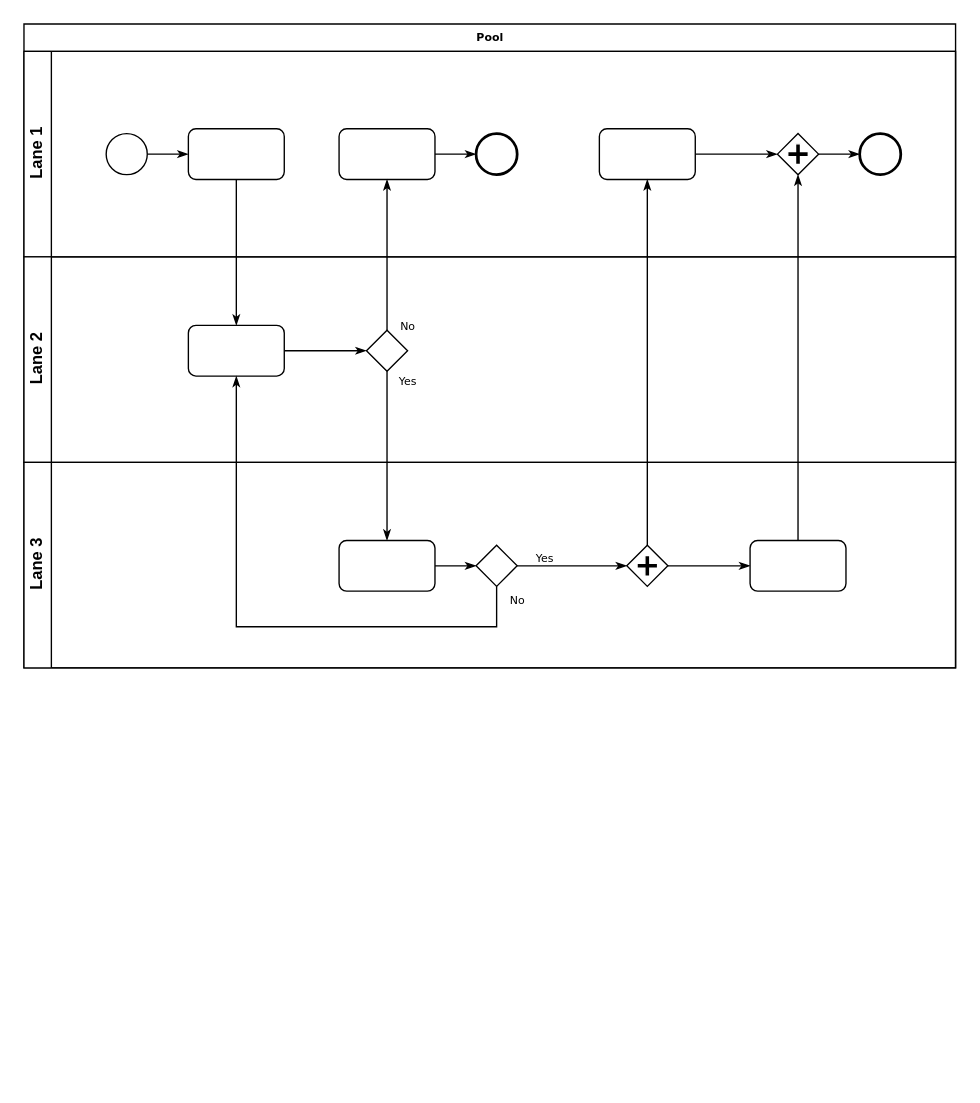
This is flow-chart-borrow.drawio from thang21022000/UseCaseFinalProject, a draw.io file, before an edit. Source tidied: cells renumbered, new cells numbered last; positions are measured from the earlier drawing's top-left corner, leaving out a move shared by most shapes. Both pictures are drawn from the tidied source at 137%, with x=0, y=0 at pixel (23, 23).
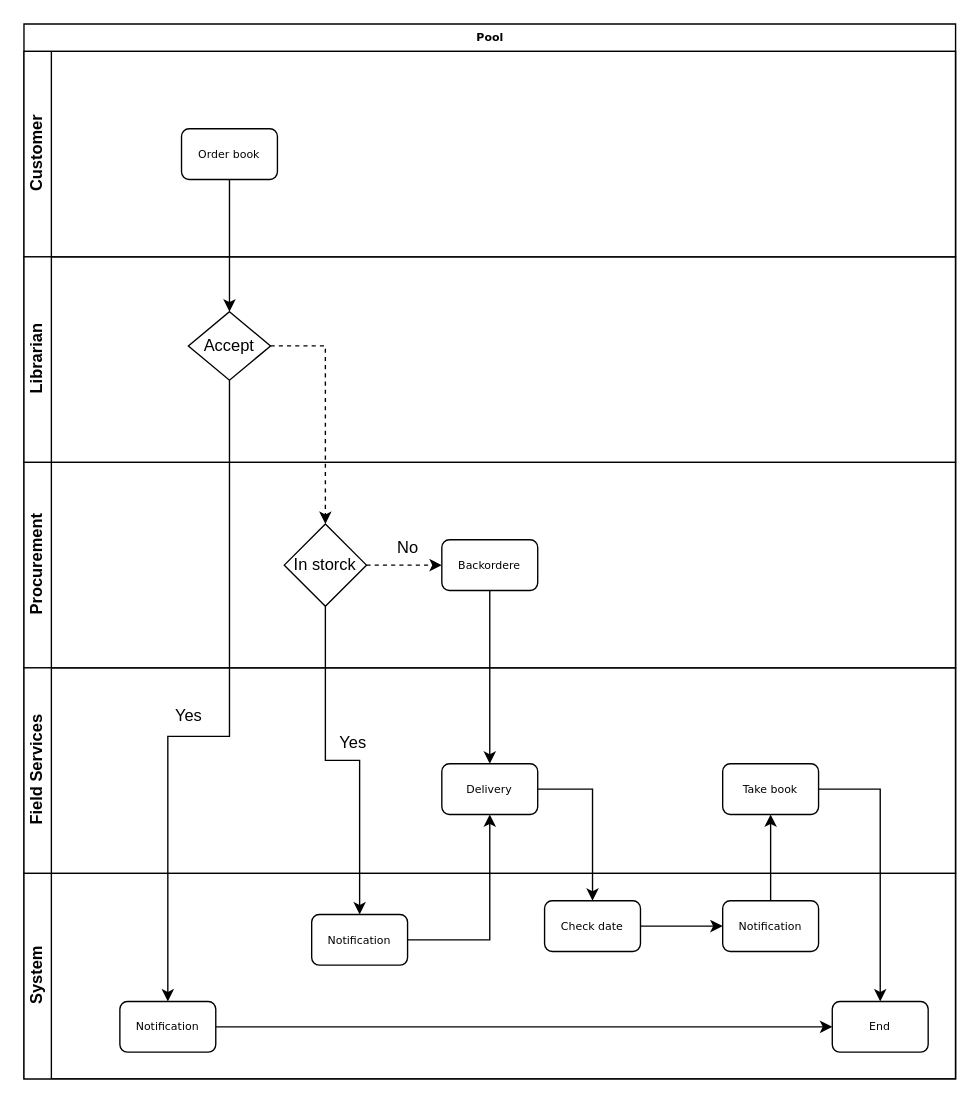
Above is the later version.

What changed in the source:
```diff
@@
     <mxCell id="2" value="Pool" style="swimlane;html=1;horizontal=1;startSize=20;rounded=0;shadow=0;labelBackgroundColor=none;strokeWidth=1;fontFamily=Verdana;fontSize=8;align=center;" parent="1" vertex="1">
-      <mxGeometry width="680" height="470" as="geometry" />
+      <mxGeometry width="680" height="770" as="geometry" />
     </mxCell>
-    <mxCell id="3" value="Lane 1" style="swimlane;html=1;startSize=20;horizontal=0;" parent="2" vertex="1">
-      <mxGeometry y="20" width="680" height="150" as="geometry" />
-    </mxCell>
-    <mxCell id="4" style="edgeStyle=orthogonalEdgeStyle;rounded=0;html=1;labelBackgroundColor=none;startArrow=none;startFill=0;startSize=5;endArrow=classicThin;endFill=1;endSize=5;jettySize=auto;strokeWidth=1;fontFamily=Verdana;fontSize=8;" parent="3" edge="1" source="5" target="6">
-      <mxGeometry relative="1" as="geometry" />
-    </mxCell>
-    <mxCell id="5" style="ellipse;whiteSpace=wrap;html=1;rounded=0;shadow=0;labelBackgroundColor=none;strokeWidth=1;fontFamily=Verdana;fontSize=8;align=center;" parent="3" vertex="1">
-      <mxGeometry x="60" y="60" width="30" height="30" as="geometry" />
-    </mxCell>
-    <mxCell id="6" style="rounded=1;whiteSpace=wrap;html=1;shadow=0;labelBackgroundColor=none;strokeWidth=1;fontFamily=Verdana;fontSize=8;align=center;" parent="3" vertex="1">
-      <mxGeometry x="120" y="56.5" width="70" height="37" as="geometry" />
-    </mxCell>
-    <mxCell id="7" style="edgeStyle=orthogonalEdgeStyle;rounded=0;html=1;labelBackgroundColor=none;startArrow=none;startFill=0;startSize=5;endArrow=classicThin;endFill=1;endSize=5;jettySize=auto;strokeWidth=1;fontFamily=Verdana;fontSize=8;" parent="3" edge="1" source="8" target="9">
-      <mxGeometry relative="1" as="geometry" />
-    </mxCell>
-    <mxCell id="8" style="rounded=1;whiteSpace=wrap;html=1;shadow=0;labelBackgroundColor=none;strokeWidth=1;fontFamily=Verdana;fontSize=8;align=center;" parent="3" vertex="1">
-      <mxGeometry x="230" y="56.5" width="70" height="37" as="geometry" />
-    </mxCell>
-    <mxCell id="9" style="ellipse;whiteSpace=wrap;html=1;rounded=0;shadow=0;labelBackgroundColor=none;strokeWidth=2;fontFamily=Verdana;fontSize=8;align=center;" parent="3" vertex="1">
-      <mxGeometry x="330" y="60" width="30" height="30" as="geometry" />
-    </mxCell>
-    <mxCell id="10" style="edgeStyle=orthogonalEdgeStyle;rounded=0;html=1;entryX=0;entryY=0.5;labelBackgroundColor=none;startArrow=none;startFill=0;startSize=5;endArrow=classicThin;endFill=1;endSize=5;jettySize=auto;strokeWidth=1;fontFamily=Verdana;fontSize=8;" parent="3" edge="1" source="11" target="13">
-      <mxGeometry relative="1" as="geometry" />
-    </mxCell>
-    <mxCell id="11" style="rounded=1;whiteSpace=wrap;html=1;shadow=0;labelBackgroundColor=none;strokeWidth=1;fontFamily=Verdana;fontSize=8;align=center;" parent="3" vertex="1">
-      <mxGeometry x="420" y="56.5" width="70" height="37" as="geometry" />
-    </mxCell>
-    <mxCell id="12" style="edgeStyle=orthogonalEdgeStyle;rounded=0;html=1;labelBackgroundColor=none;startArrow=none;startFill=0;startSize=5;endArrow=classicThin;endFill=1;endSize=5;jettySize=auto;strokeWidth=1;fontFamily=Verdana;fontSize=8;" parent="3" edge="1" source="13" target="14">
-      <mxGeometry relative="1" as="geometry" />
-    </mxCell>
-    <mxCell id="13" style="shape=mxgraph.bpmn.shape;html=1;verticalLabelPosition=bottom;labelBackgroundColor=#ffffff;verticalAlign=top;perimeter=rhombusPerimeter;background=gateway;outline=none;symbol=parallelGw;rounded=1;shadow=0;strokeWidth=1;fontFamily=Verdana;fontSize=8;align=center;" parent="3" vertex="1">
-      <mxGeometry x="550" y="60" width="30" height="30" as="geometry" />
-    </mxCell>
-    <mxCell id="14" style="ellipse;whiteSpace=wrap;html=1;rounded=0;shadow=0;labelBackgroundColor=none;strokeWidth=2;fontFamily=Verdana;fontSize=8;align=center;" parent="3" vertex="1">
-      <mxGeometry x="610" y="60" width="30" height="30" as="geometry" />
-    </mxCell>
-    <mxCell id="15" value="Lane 2" style="swimlane;html=1;startSize=20;horizontal=0;" parent="2" vertex="1">
-      <mxGeometry y="170" width="680" height="150" as="geometry" />
-    </mxCell>
-    <mxCell id="16" style="edgeStyle=orthogonalEdgeStyle;rounded=0;html=1;labelBackgroundColor=none;startArrow=none;startFill=0;startSize=5;endArrow=classicThin;endFill=1;endSize=5;jettySize=auto;strokeWidth=1;fontFamily=Verdana;fontSize=8;" parent="15" edge="1" source="17" target="18">
-      <mxGeometry relative="1" as="geometry" />
-    </mxCell>
-    <mxCell id="17" style="rounded=1;whiteSpace=wrap;html=1;shadow=0;labelBackgroundColor=none;strokeWidth=1;fontFamily=Verdana;fontSize=8;align=center;" parent="15" vertex="1">
-      <mxGeometry x="120" y="50" width="70" height="37" as="geometry" />
-    </mxCell>
-    <mxCell id="18" style="strokeWidth=1;html=1;shape=mxgraph.flowchart.decision;whiteSpace=wrap;rounded=1;shadow=0;labelBackgroundColor=none;fontFamily=Verdana;fontSize=8;align=center;" parent="15" vertex="1">
-      <mxGeometry x="250" y="53.5" width="30" height="30" as="geometry" />
-    </mxCell>
-    <mxCell id="19" value="Lane 3" style="swimlane;html=1;startSize=20;horizontal=0;" parent="2" vertex="1">
-      <mxGeometry y="320" width="680" height="150" as="geometry" />
-    </mxCell>
-    <mxCell id="20" style="edgeStyle=orthogonalEdgeStyle;rounded=0;html=1;labelBackgroundColor=none;startArrow=none;startFill=0;startSize=5;endArrow=classicThin;endFill=1;endSize=5;jettySize=auto;strokeWidth=1;fontFamily=Verdana;fontSize=8;" parent="19" edge="1" source="21" target="23">
-      <mxGeometry relative="1" as="geometry" />
-    </mxCell>
-    <mxCell id="21" style="rounded=1;whiteSpace=wrap;html=1;shadow=0;labelBackgroundColor=none;strokeWidth=1;fontFamily=Verdana;fontSize=8;align=center;" parent="19" vertex="1">
-      <mxGeometry x="230" y="57" width="70" height="37" as="geometry" />
-    </mxCell>
-    <mxCell id="22" value="Yes" style="edgeStyle=orthogonalEdgeStyle;rounded=0;html=1;entryX=0;entryY=0.5;labelBackgroundColor=none;startArrow=none;startFill=0;startSize=5;endArrow=classicThin;endFill=1;endSize=5;jettySize=auto;strokeWidth=1;fontFamily=Verdana;fontSize=8;" parent="19" edge="1" source="23" target="25">
-      <mxGeometry x="-0.5" y="6" relative="1" as="geometry" />
-    </mxCell>
-    <mxCell id="23" style="strokeWidth=1;html=1;shape=mxgraph.flowchart.decision;whiteSpace=wrap;rounded=1;shadow=0;labelBackgroundColor=none;fontFamily=Verdana;fontSize=8;align=center;" parent="19" vertex="1">
-      <mxGeometry x="330" y="60.5" width="30" height="30" as="geometry" />
-    </mxCell>
-    <mxCell id="24" style="edgeStyle=orthogonalEdgeStyle;rounded=0;html=1;labelBackgroundColor=none;startArrow=none;startFill=0;startSize=5;endArrow=classicThin;endFill=1;endSize=5;jettySize=auto;strokeColor=#000000;strokeWidth=1;fontFamily=Verdana;fontSize=8;fontColor=#000000;" parent="19" edge="1" source="25" target="26">
-      <mxGeometry relative="1" as="geometry" />
-    </mxCell>
-    <mxCell id="25" style="shape=mxgraph.bpmn.shape;html=1;verticalLabelPosition=bottom;labelBackgroundColor=#ffffff;verticalAlign=top;perimeter=rhombusPerimeter;background=gateway;outline=none;symbol=parallelGw;rounded=1;shadow=0;strokeWidth=1;fontFamily=Verdana;fontSize=8;align=center;" parent="19" vertex="1">
-      <mxGeometry x="440" y="60.5" width="30" height="30" as="geometry" />
-    </mxCell>
-    <mxCell id="26" style="rounded=1;whiteSpace=wrap;html=1;shadow=0;labelBackgroundColor=none;strokeWidth=1;fontFamily=Verdana;fontSize=8;align=center;" parent="19" vertex="1">
-      <mxGeometry x="530" y="57" width="70" height="37" as="geometry" />
-    </mxCell>
-    <mxCell id="27" style="edgeStyle=orthogonalEdgeStyle;rounded=0;html=1;labelBackgroundColor=none;startArrow=none;startFill=0;startSize=5;endArrow=classicThin;endFill=1;endSize=5;jettySize=auto;strokeWidth=1;fontFamily=Verdana;fontSize=8;" parent="2" edge="1" source="6" target="17">
-      <mxGeometry relative="1" as="geometry" />
-    </mxCell>
-    <mxCell id="28" value="No" style="edgeStyle=orthogonalEdgeStyle;rounded=0;html=1;labelBackgroundColor=none;startArrow=none;startFill=0;startSize=5;endArrow=classicThin;endFill=1;endSize=5;jettySize=auto;strokeWidth=1;fontFamily=Verdana;fontSize=8;" parent="2" edge="1" source="18" target="8">
-      <mxGeometry x="-0.94" y="-15" relative="1" as="geometry" />
-    </mxCell>
-    <mxCell id="29" value="Yes" style="edgeStyle=orthogonalEdgeStyle;rounded=0;html=1;labelBackgroundColor=none;startArrow=none;startFill=0;startSize=5;endArrow=classicThin;endFill=1;endSize=5;jettySize=auto;strokeWidth=1;fontFamily=Verdana;fontSize=8;" parent="2" edge="1" source="18" target="21">
-      <mxGeometry x="-0.89" y="15" relative="1" as="geometry" />
-    </mxCell>
-    <mxCell id="30" style="edgeStyle=orthogonalEdgeStyle;rounded=0;html=1;entryX=0.5;entryY=1;labelBackgroundColor=none;startArrow=none;startFill=0;startSize=5;endArrow=classicThin;endFill=1;endSize=5;jettySize=auto;strokeWidth=1;fontFamily=Verdana;fontSize=8;" parent="2" edge="1" source="26" target="13">
-      <mxGeometry relative="1" as="geometry" />
-    </mxCell>
-    <mxCell id="31" value="No" style="edgeStyle=orthogonalEdgeStyle;rounded=0;html=1;labelBackgroundColor=none;startArrow=none;startFill=0;startSize=5;endArrow=classicThin;endFill=1;endSize=5;jettySize=auto;strokeWidth=1;fontFamily=Verdana;fontSize=8;" parent="2" edge="1" source="23" target="17">
-      <mxGeometry x="-0.95" y="15" relative="1" as="geometry">
-        <Array as="points">
-          <mxPoint x="345" y="440" />
-          <mxPoint x="155" y="440" />
-        </Array>
-      </mxGeometry>
-    </mxCell>
-    <mxCell id="32" style="edgeStyle=orthogonalEdgeStyle;rounded=0;html=1;labelBackgroundColor=none;startArrow=none;startFill=0;startSize=5;endArrow=classicThin;endFill=1;endSize=5;jettySize=auto;strokeWidth=1;fontFamily=Verdana;fontSize=8;" parent="2" edge="1" source="25" target="11">
-      <mxGeometry relative="1" as="geometry" />
-    </mxCell>
+    <mxCell id="33" value="Customer" style="swimlane;html=1;startSize=20;horizontal=0;" parent="2" vertex="1">
+      <mxGeometry y="20" width="680" height="150" as="geometry" />
+    </mxCell>
+    <mxCell id="34" value="Order book" style="rounded=1;whiteSpace=wrap;html=1;shadow=0;labelBackgroundColor=none;strokeWidth=1;fontFamily=Verdana;fontSize=8;align=center;" parent="33" vertex="1">
+      <mxGeometry x="115" y="56.5" width="70" height="37" as="geometry" />
+    </mxCell>
+    <mxCell id="35" value="Librarian" style="swimlane;html=1;startSize=20;horizontal=0;" parent="2" vertex="1">
+      <mxGeometry y="170" width="680" height="150" as="geometry" />
+    </mxCell>
+    <mxCell id="36" value="Accept" style="strokeWidth=1;html=1;shape=mxgraph.flowchart.decision;whiteSpace=wrap;" parent="35" vertex="1">
+      <mxGeometry x="120" y="40" width="60" height="50" as="geometry" />
+    </mxCell>
+    <mxCell id="37" style="edgeStyle=orthogonalEdgeStyle;rounded=0;jettySize=auto;html=1;entryX=0.5;entryY=0;entryDx=0;entryDy=0;entryPerimeter=0;" parent="2" edge="1" source="34" target="36">
+      <mxGeometry relative="1" as="geometry" />
+    </mxCell>
+    <mxCell id="38" value="Procurement&lt;br&gt;" style="swimlane;html=1;startSize=20;horizontal=0;" parent="2" vertex="1">
+      <mxGeometry y="320" width="680" height="150" as="geometry" />
+    </mxCell>
+    <mxCell id="39" style="edgeStyle=orthogonalEdgeStyle;rounded=0;jettySize=auto;html=1;dashed=1;" parent="38" edge="1" source="40" target="42">
+      <mxGeometry relative="1" as="geometry" />
+    </mxCell>
+    <mxCell id="40" value="In storck" style="strokeWidth=1;html=1;shape=mxgraph.flowchart.decision;whiteSpace=wrap;" parent="38" vertex="1">
+      <mxGeometry x="190" y="45" width="60" height="60" as="geometry" />
+    </mxCell>
+    <mxCell id="41" style="edgeStyle=orthogonalEdgeStyle;rounded=0;orthogonalLoop=1;jettySize=auto;html=1;exitX=0.5;exitY=1;exitDx=0;exitDy=0;" parent="38" edge="1">
+      <mxGeometry relative="1" as="geometry">
+        <mxPoint x="455" y="93.5" as="sourcePoint" />
+        <mxPoint x="455" y="93.5" as="targetPoint" />
+      </mxGeometry>
+    </mxCell>
+    <mxCell id="42" value="Backordere" style="rounded=1;whiteSpace=wrap;html=1;shadow=0;labelBackgroundColor=none;strokeWidth=1;fontFamily=Verdana;fontSize=8;align=center;" parent="38" vertex="1">
+      <mxGeometry x="305" y="56.5" width="70" height="37" as="geometry" />
+    </mxCell>
+    <mxCell id="43" style="edgeStyle=orthogonalEdgeStyle;rounded=0;jettySize=auto;html=1;dashed=1;" parent="2" edge="1" source="36" target="40">
+      <mxGeometry relative="1" as="geometry" />
+    </mxCell>
+    <mxCell id="44" style="edgeStyle=orthogonalEdgeStyle;rounded=0;jettySize=auto;html=1;entryX=0.5;entryY=0;entryDx=0;entryDy=0;" parent="2" edge="1" source="40" target="56">
+      <mxGeometry relative="1" as="geometry" />
+    </mxCell>
+    <mxCell id="45" style="edgeStyle=orthogonalEdgeStyle;rounded=0;jettySize=auto;html=1;entryX=0.5;entryY=1;entryDx=0;entryDy=0;" parent="2" edge="1" source="56" target="48">
+      <mxGeometry relative="1" as="geometry" />
+    </mxCell>
+    <mxCell id="46" style="edgeStyle=orthogonalEdgeStyle;rounded=0;jettySize=auto;html=1;entryX=0.5;entryY=0;entryDx=0;entryDy=0;" parent="2" edge="1" source="36" target="54">
+      <mxGeometry relative="1" as="geometry">
+        <Array as="points">
+          <mxPoint x="150" y="520" />
+          <mxPoint x="105" y="520" />
+        </Array>
+      </mxGeometry>
+    </mxCell>
+    <mxCell id="47" value="Field Services" style="swimlane;html=1;startSize=20;horizontal=0;" parent="2" vertex="1">
+      <mxGeometry y="470" width="680" height="150" as="geometry" />
+    </mxCell>
+    <mxCell id="48" value="Delivery" style="rounded=1;whiteSpace=wrap;html=1;shadow=0;labelBackgroundColor=none;strokeWidth=1;fontFamily=Verdana;fontSize=8;align=center;" parent="47" vertex="1">
+      <mxGeometry x="305" y="70" width="70" height="37" as="geometry" />
+    </mxCell>
+    <mxCell id="49" value="Yes" style="text;html=1;align=center;verticalAlign=middle;strokeColor=none;fillColor=none;" parent="47" vertex="1">
+      <mxGeometry x="100" y="20" width="40" height="30" as="geometry" />
+    </mxCell>
+    <mxCell id="50" value="Take book" style="rounded=1;whiteSpace=wrap;html=1;shadow=0;labelBackgroundColor=none;strokeWidth=1;fontFamily=Verdana;fontSize=8;align=center;" parent="47" vertex="1">
+      <mxGeometry x="510" y="70" width="70" height="37" as="geometry" />
+    </mxCell>
+    <mxCell id="51" value="Yes" style="text;html=1;align=center;verticalAlign=middle;strokeColor=none;fillColor=none;" parent="47" vertex="1">
+      <mxGeometry x="220" y="40" width="40" height="30" as="geometry" />
+    </mxCell>
+    <mxCell id="52" value="System" style="swimlane;html=1;startSize=20;horizontal=0;" parent="2" vertex="1">
+      <mxGeometry y="620" width="680" height="150" as="geometry" />
+    </mxCell>
+    <mxCell id="53" style="edgeStyle=orthogonalEdgeStyle;rounded=0;jettySize=auto;html=1;entryX=0;entryY=0.5;entryDx=0;entryDy=0;" parent="52" edge="1" source="54" target="55">
+      <mxGeometry relative="1" as="geometry" />
+    </mxCell>
+    <mxCell id="54" value="Notification" style="rounded=1;whiteSpace=wrap;html=1;shadow=0;labelBackgroundColor=none;strokeWidth=1;fontFamily=Verdana;fontSize=8;align=center;" parent="52" vertex="1">
+      <mxGeometry x="70" y="93.5" width="70" height="37" as="geometry" />
+    </mxCell>
+    <mxCell id="55" value="End" style="rounded=1;whiteSpace=wrap;html=1;shadow=0;labelBackgroundColor=none;strokeWidth=1;fontFamily=Verdana;fontSize=8;align=center;" parent="52" vertex="1">
+      <mxGeometry x="590" y="93.5" width="70" height="37" as="geometry" />
+    </mxCell>
+    <mxCell id="56" value="Notification" style="rounded=1;whiteSpace=wrap;html=1;shadow=0;labelBackgroundColor=none;strokeWidth=1;fontFamily=Verdana;fontSize=8;align=center;" parent="52" vertex="1">
+      <mxGeometry x="210" y="30" width="70" height="37" as="geometry" />
+    </mxCell>
+    <mxCell id="57" style="edgeStyle=orthogonalEdgeStyle;rounded=0;jettySize=auto;html=1;" parent="52" edge="1" source="58" target="59">
+      <mxGeometry relative="1" as="geometry" />
+    </mxCell>
+    <mxCell id="58" value="Check date" style="rounded=1;whiteSpace=wrap;html=1;shadow=0;labelBackgroundColor=none;strokeWidth=1;fontFamily=Verdana;fontSize=8;align=center;" parent="52" vertex="1">
+      <mxGeometry x="380" y="20" width="70" height="37" as="geometry" />
+    </mxCell>
+    <mxCell id="59" value="Notification" style="rounded=1;whiteSpace=wrap;html=1;shadow=0;labelBackgroundColor=none;strokeWidth=1;fontFamily=Verdana;fontSize=8;align=center;" parent="52" vertex="1">
+      <mxGeometry x="510" y="20" width="70" height="37" as="geometry" />
+    </mxCell>
+    <mxCell id="60" style="edgeStyle=orthogonalEdgeStyle;rounded=0;jettySize=auto;html=1;entryX=0.5;entryY=0;entryDx=0;entryDy=0;" parent="2" edge="1" source="48" target="58">
+      <mxGeometry relative="1" as="geometry" />
+    </mxCell>
+    <mxCell id="61" style="edgeStyle=orthogonalEdgeStyle;rounded=0;jettySize=auto;html=1;" parent="2" edge="1" source="59" target="50">
+      <mxGeometry relative="1" as="geometry" />
+    </mxCell>
+    <mxCell id="62" style="edgeStyle=orthogonalEdgeStyle;rounded=0;jettySize=auto;html=1;entryX=0.5;entryY=0;entryDx=0;entryDy=0;" parent="2" edge="1" source="50" target="55">
+      <mxGeometry relative="1" as="geometry" />
+    </mxCell>
+    <mxCell id="63" style="edgeStyle=orthogonalEdgeStyle;rounded=0;jettySize=auto;html=1;entryX=0.5;entryY=0;entryDx=0;entryDy=0;" parent="2" edge="1" source="42" target="48">
+      <mxGeometry relative="1" as="geometry" />
+    </mxCell>
+    <mxCell id="64" value="No" style="text;html=1;align=center;verticalAlign=middle;strokeColor=none;fillColor=none;" parent="1" vertex="1">
+      <mxGeometry x="260" y="368" width="40" height="30" as="geometry" />
+    </mxCell>
```
